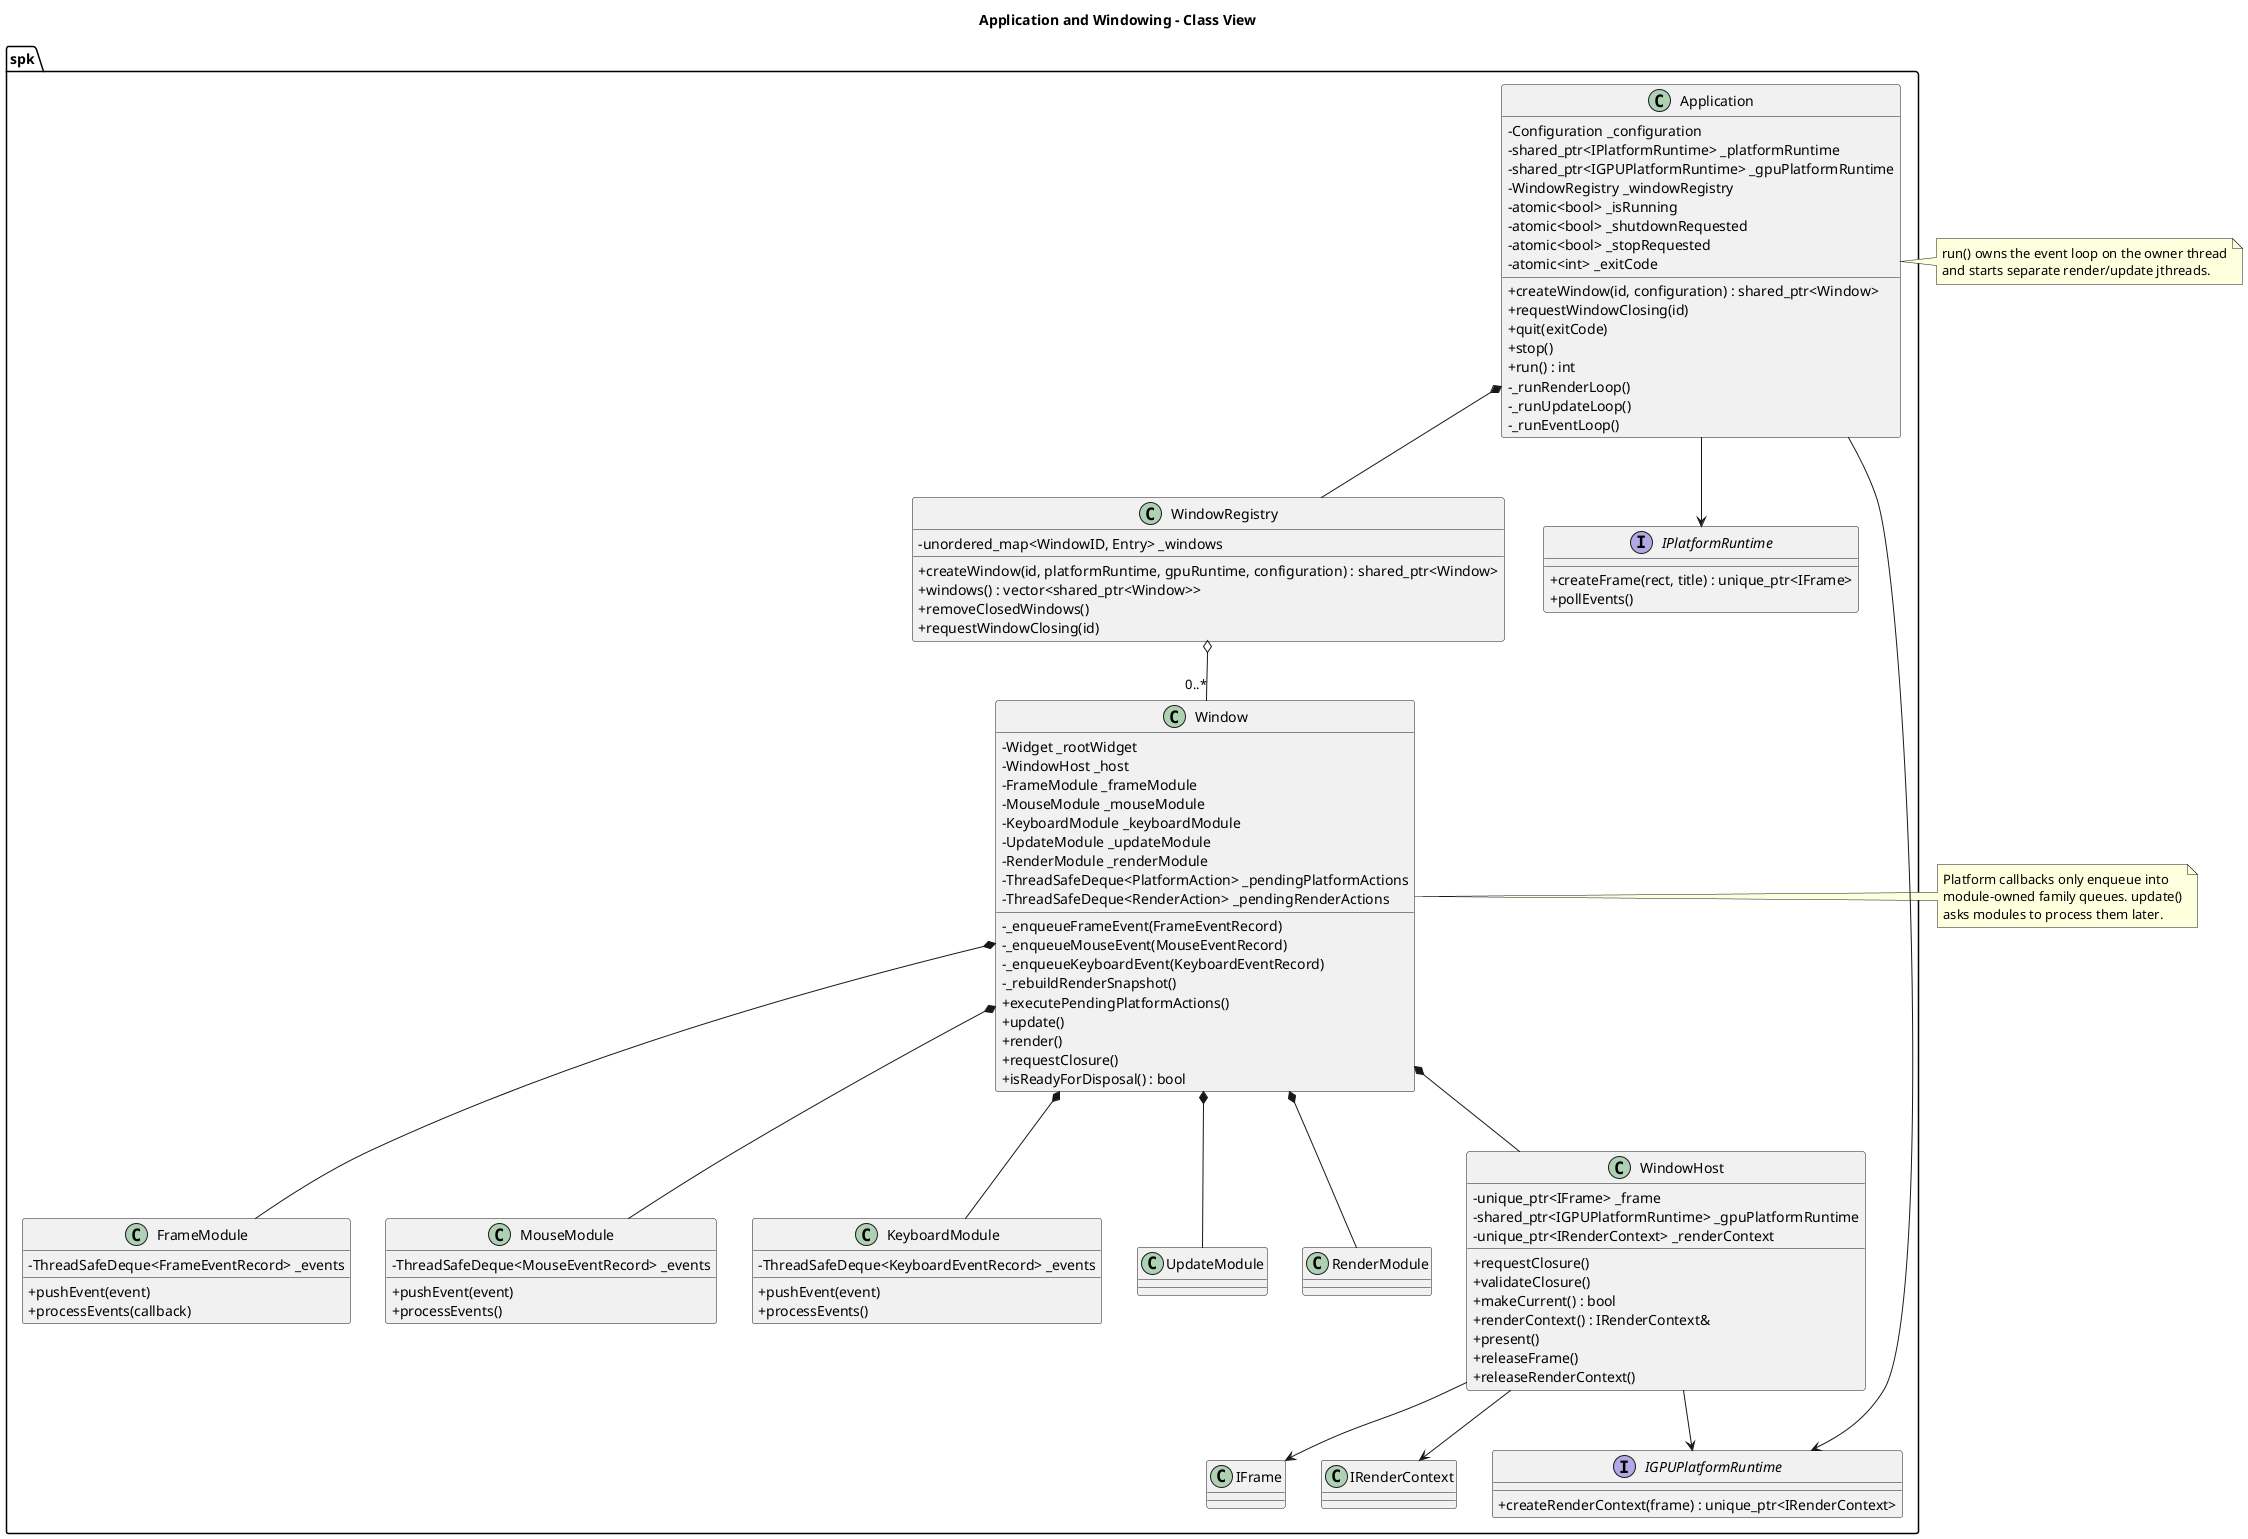
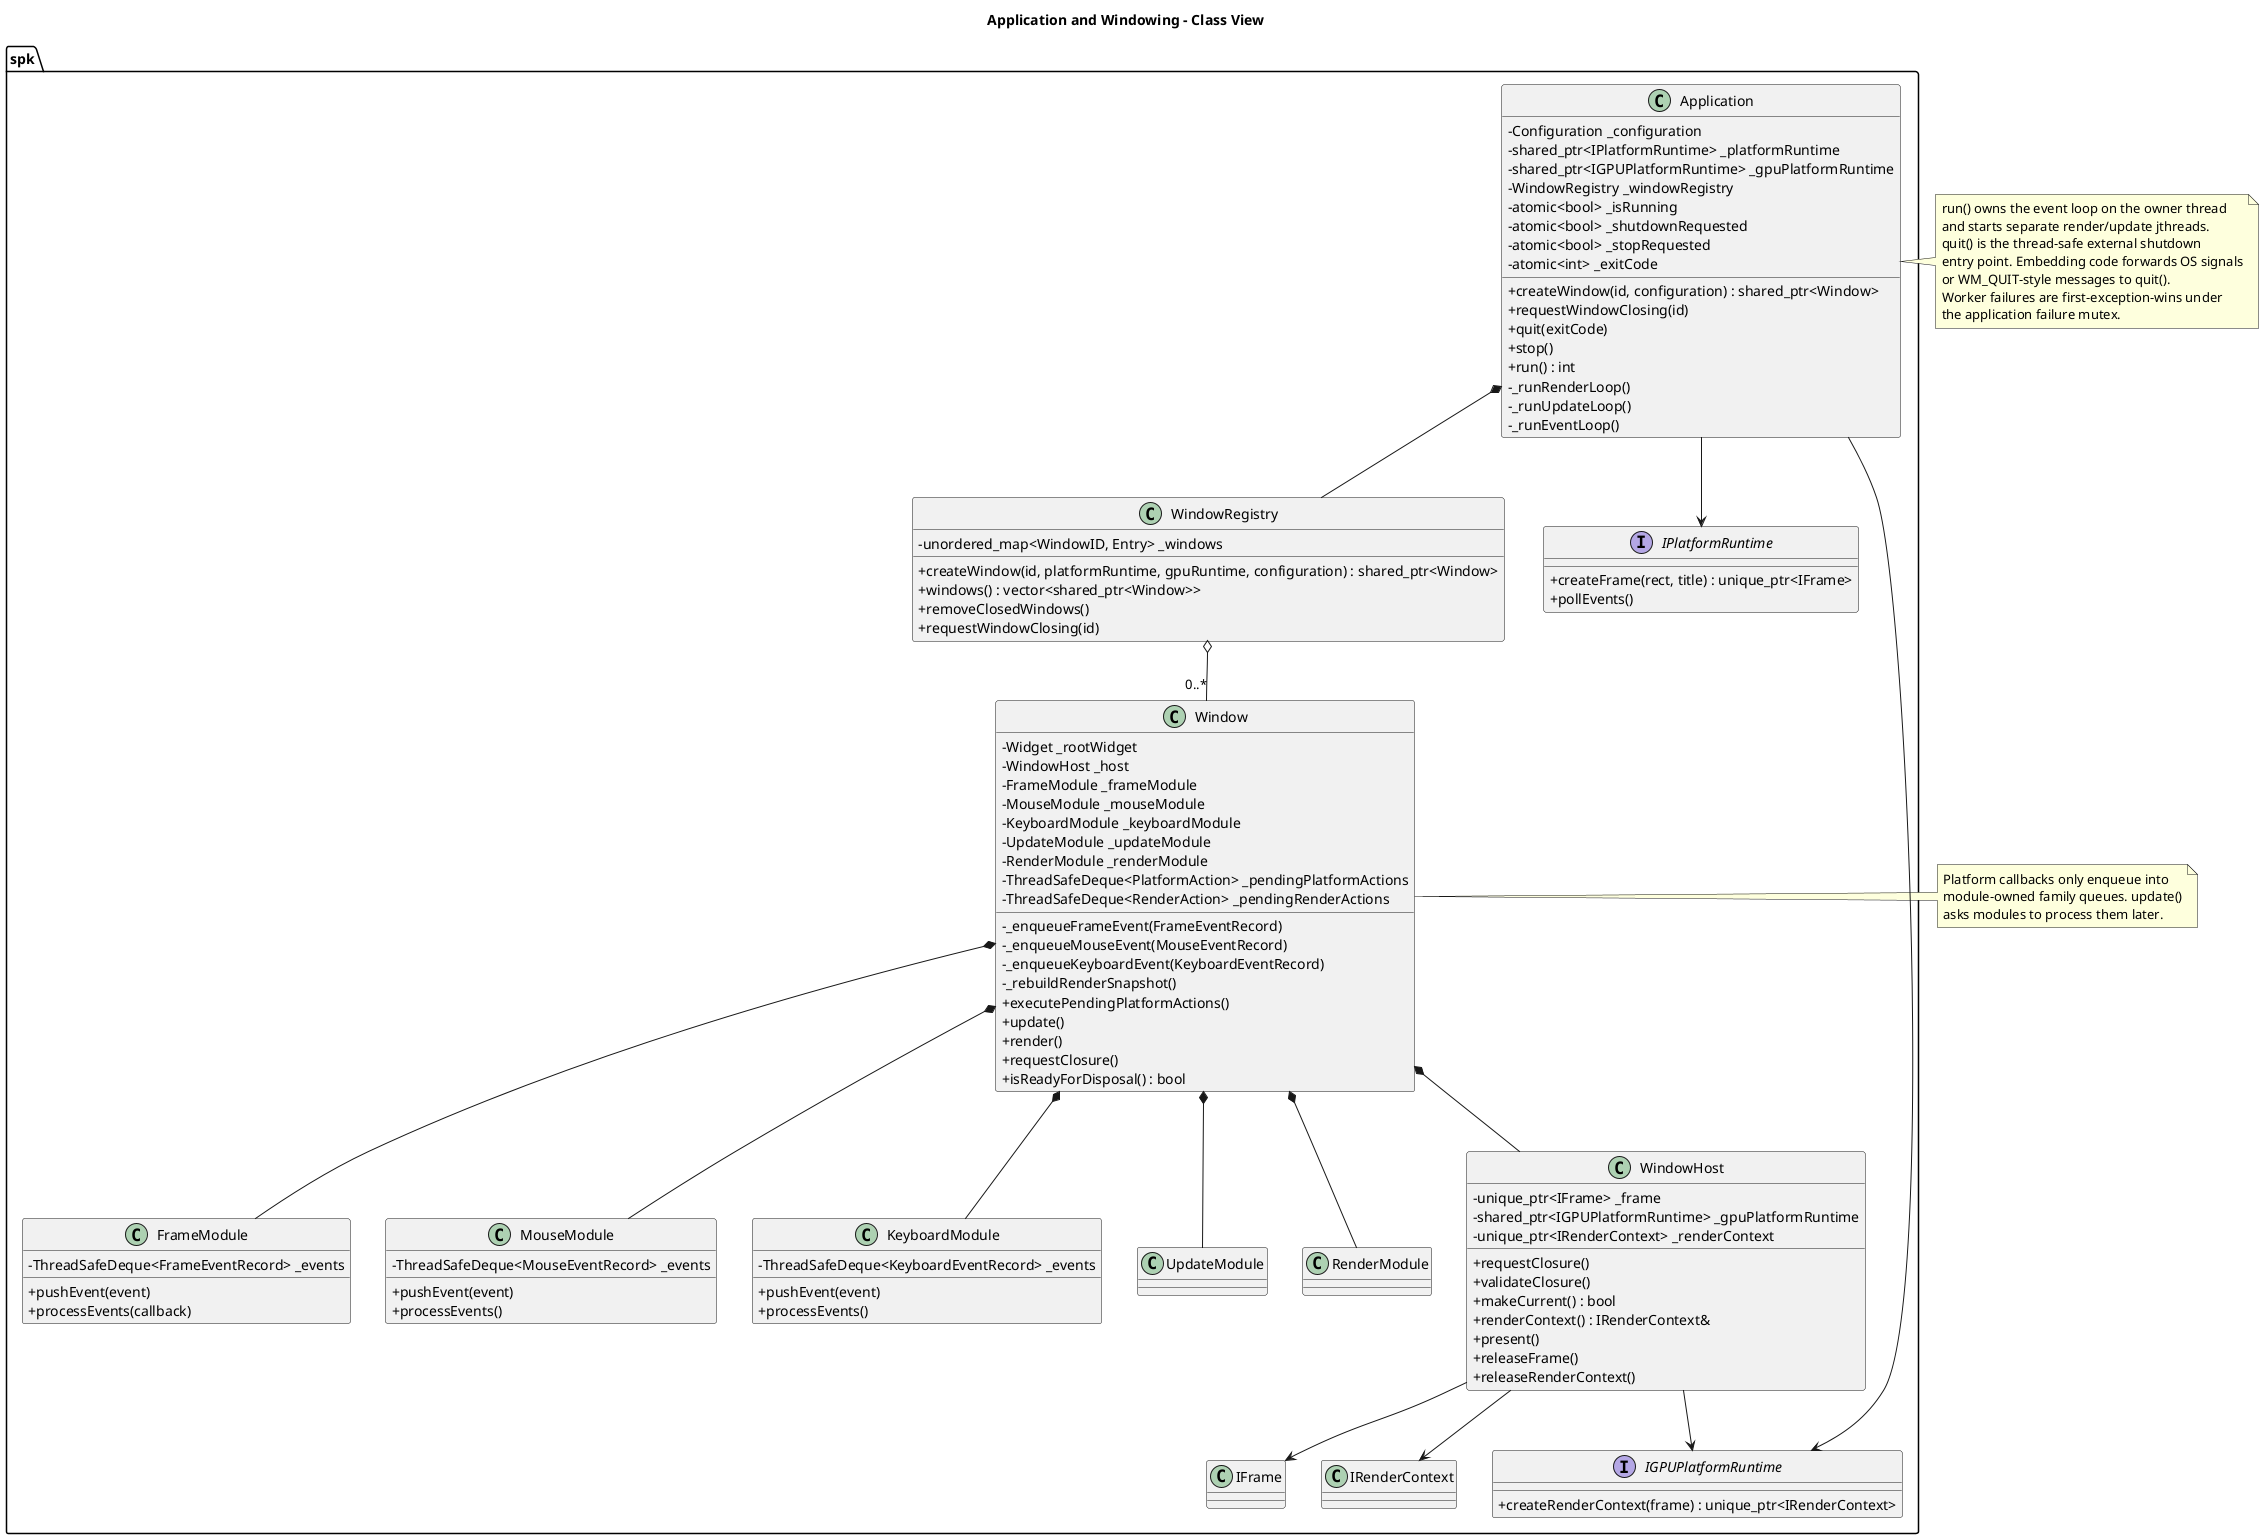
@startuml
title Application and Windowing - Class View

skinparam classAttributeIconSize 0

namespace spk {
	class Application {
		- Configuration _configuration
		- shared_ptr<IPlatformRuntime> _platformRuntime
		- shared_ptr<IGPUPlatformRuntime> _gpuPlatformRuntime
		- WindowRegistry _windowRegistry
		- atomic<bool> _isRunning
		- atomic<bool> _shutdownRequested
		- atomic<bool> _stopRequested
		- atomic<int> _exitCode
		+ createWindow(id, configuration) : shared_ptr<Window>
		+ requestWindowClosing(id)
		+ quit(exitCode)
		+ stop()
		+ run() : int
		- _runRenderLoop()
		- _runUpdateLoop()
		- _runEventLoop()
	}

	class WindowRegistry {
		- unordered_map<WindowID, Entry> _windows
		+ createWindow(id, platformRuntime, gpuRuntime, configuration) : shared_ptr<Window>
		+ windows() : vector<shared_ptr<Window>>
		+ removeClosedWindows()
		+ requestWindowClosing(id)
	}

	class Window {
		- Widget _rootWidget
		- WindowHost _host
		- FrameModule _frameModule
		- MouseModule _mouseModule
		- KeyboardModule _keyboardModule
		- UpdateModule _updateModule
		- RenderModule _renderModule
		- ThreadSafeDeque<PlatformAction> _pendingPlatformActions
		- ThreadSafeDeque<RenderAction> _pendingRenderActions
		- _enqueueFrameEvent(FrameEventRecord)
		- _enqueueMouseEvent(MouseEventRecord)
		- _enqueueKeyboardEvent(KeyboardEventRecord)
		- _rebuildRenderSnapshot()
		+ executePendingPlatformActions()
		+ update()
		+ render()
		+ requestClosure()
		+ isReadyForDisposal() : bool
	}

	class WindowHost {
		- unique_ptr<IFrame> _frame
		- shared_ptr<IGPUPlatformRuntime> _gpuPlatformRuntime
		- unique_ptr<IRenderContext> _renderContext
		+ requestClosure()
		+ validateClosure()
		+ makeCurrent() : bool
		+ renderContext() : IRenderContext&
		+ present()
		+ releaseFrame()
		+ releaseRenderContext()
	}

	class FrameModule {
		- ThreadSafeDeque<FrameEventRecord> _events
		+ pushEvent(event)
		+ processEvents(callback)
	}

	class MouseModule {
		- ThreadSafeDeque<MouseEventRecord> _events
		+ pushEvent(event)
		+ processEvents()
	}

	class KeyboardModule {
		- ThreadSafeDeque<KeyboardEventRecord> _events
		+ pushEvent(event)
		+ processEvents()
	}

	interface IPlatformRuntime {
		+ createFrame(rect, title) : unique_ptr<IFrame>
		+ pollEvents()
	}

	interface IGPUPlatformRuntime {
		+ createRenderContext(frame) : unique_ptr<IRenderContext>
	}
}

spk.Application *-- spk.WindowRegistry
spk.Application --> spk.IPlatformRuntime
spk.Application --> spk.IGPUPlatformRuntime
spk.WindowRegistry o-- "0..*" spk.Window
spk.Window *-- spk.WindowHost
spk.Window *-- spk.FrameModule
spk.Window *-- spk.MouseModule
spk.Window *-- spk.KeyboardModule
spk.Window *-- spk.UpdateModule
spk.Window *-- spk.RenderModule
spk.WindowHost --> spk.IFrame
spk.WindowHost --> spk.IGPUPlatformRuntime
spk.WindowHost --> spk.IRenderContext

note right of spk.Application
run() owns the event loop on the owner thread
and starts separate render/update jthreads.
+ quit() is the thread-safe external shutdown
+ entry point. Embedding code forwards OS signals
+ or WM_QUIT-style messages to quit().
+ Worker failures are first-exception-wins under
+ the application failure mutex.
end note

note right of spk.Window
Platform callbacks only enqueue into
module-owned family queues. update()
asks modules to process them later.
end note

@enduml
